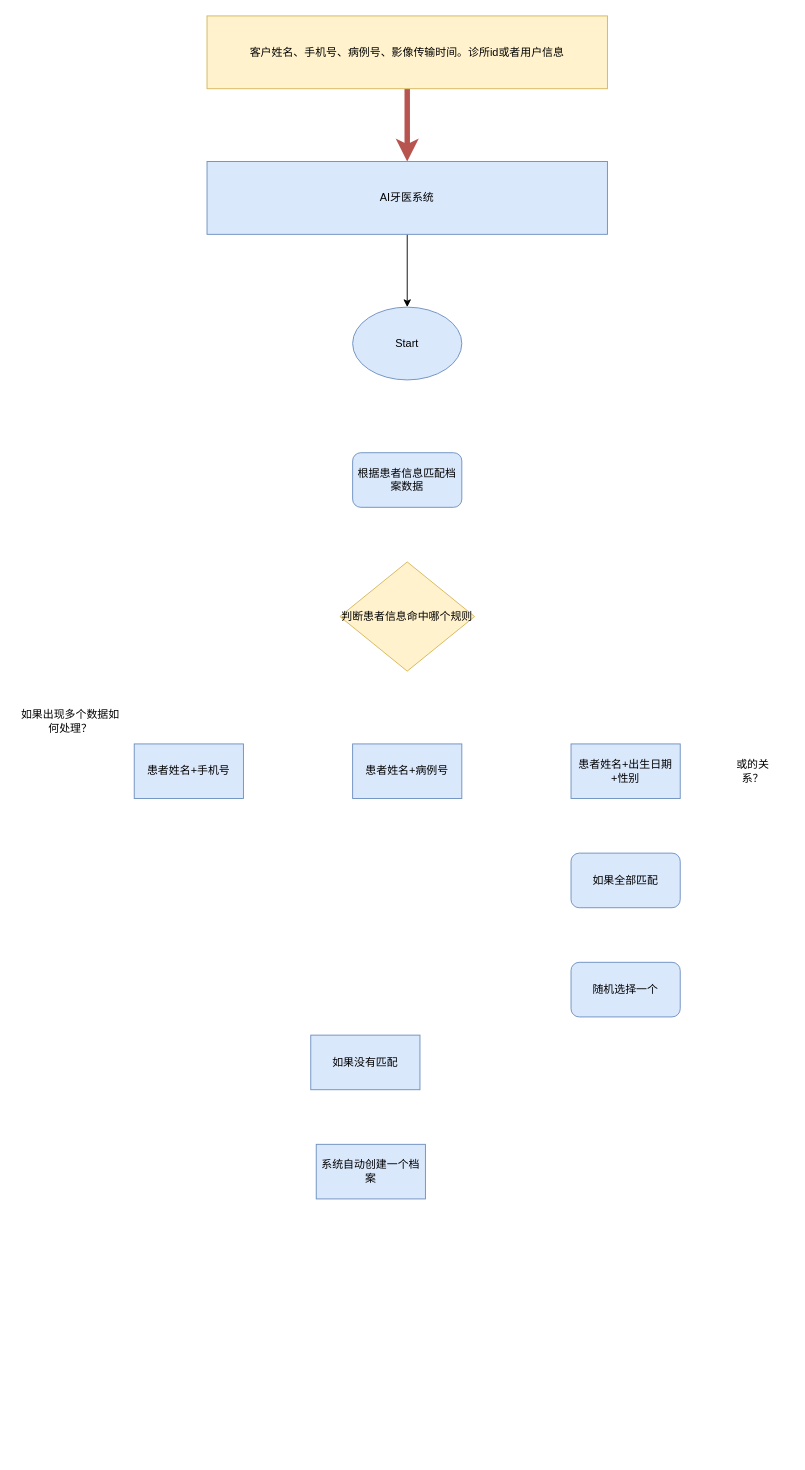
This is 自动传输系统对接.drawio from FocusZhouGD/drawprogram, a draw.io file, before an edit. Source tidied: cells renumbered, new cells numbered last; positions are measured from the earlier drawing's top-left corner, leaving out a move shared by most shapes. Both pictures are drawn from the tidied source at 91%, with x=0, y=0 at pixel (15, 15).
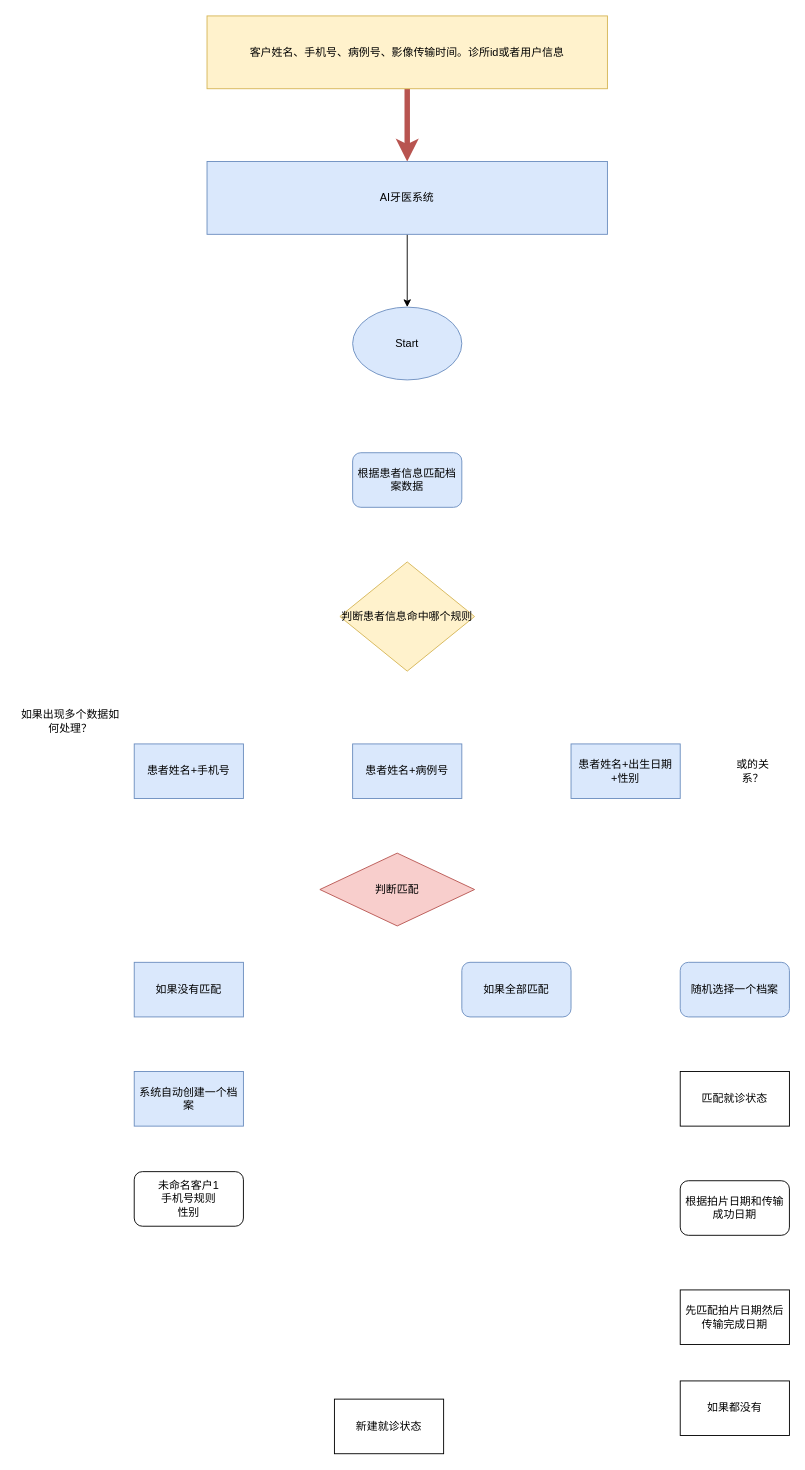
The same diagram, later.

Commit message (it also covers changes not shown here):
更新自动传输系统对接.drawio

Diff of the diagram source:
```diff
@@
     <mxCell id="14" value="如果全部匹配" style="rounded=1;whiteSpace=wrap;html=1;fillColor=#dae8fc;strokeColor=#6c8ebf;" parent="1" vertex="1">
-      <mxGeometry x="610" y="920" width="120" height="60" as="geometry" />
+      <mxGeometry x="490" y="1040" width="120" height="60" as="geometry" />
     </mxCell>
-    <mxCell id="15" value="随机选择一个" style="rounded=1;whiteSpace=wrap;html=1;fillColor=#dae8fc;strokeColor=#6c8ebf;" parent="1" vertex="1">
-      <mxGeometry x="610" y="1040" width="120" height="60" as="geometry" />
+    <mxCell id="15" value="随机选择一个档案" style="rounded=1;whiteSpace=wrap;html=1;fillColor=#dae8fc;strokeColor=#6c8ebf;" parent="1" vertex="1">
+      <mxGeometry x="730" y="1040" width="120" height="60" as="geometry" />
     </mxCell>
     <mxCell id="16" value="如果没有匹配" style="rounded=0;whiteSpace=wrap;html=1;fillColor=#dae8fc;strokeColor=#6c8ebf;" parent="1" vertex="1">
-      <mxGeometry x="324" y="1120" width="120" height="60" as="geometry" />
+      <mxGeometry x="130" y="1040" width="120" height="60" as="geometry" />
     </mxCell>
     <mxCell id="17" value="系统自动创建一个档案" style="rounded=0;whiteSpace=wrap;html=1;fillColor=#dae8fc;strokeColor=#6c8ebf;" parent="1" vertex="1">
-      <mxGeometry x="330" y="1240" width="120" height="60" as="geometry" />
+      <mxGeometry x="130" y="1160" width="120" height="60" as="geometry" />
     </mxCell>
+    <mxCell id="18" value="未命名客户1&lt;br&gt;手机号规则&lt;br&gt;性别" style="rounded=1;whiteSpace=wrap;html=1;" parent="1" vertex="1">
+      <mxGeometry x="130" y="1270" width="120" height="60" as="geometry" />
+    </mxCell>
+    <mxCell id="19" value="新建就诊状态" style="rounded=0;whiteSpace=wrap;html=1;" parent="1" vertex="1">
+      <mxGeometry x="350" y="1520" width="120" height="60" as="geometry" />
+    </mxCell>
+    <mxCell id="20" value="判断匹配" style="rhombus;whiteSpace=wrap;html=1;fillColor=#f8cecc;strokeColor=#b85450;" parent="1" vertex="1">
+      <mxGeometry x="334" y="920" width="170" height="80" as="geometry" />
+    </mxCell>
+    <mxCell id="21" value="匹配就诊状态" style="rounded=0;whiteSpace=wrap;html=1;" parent="1" vertex="1">
+      <mxGeometry x="730" y="1160" width="120" height="60" as="geometry" />
+    </mxCell>
+    <mxCell id="22" value="根据拍片日期和传输成功日期" style="rounded=1;whiteSpace=wrap;html=1;" parent="1" vertex="1">
+      <mxGeometry x="730" y="1280" width="120" height="60" as="geometry" />
+    </mxCell>
+    <mxCell id="23" value="先匹配拍片日期然后传输完成日期" style="rounded=0;whiteSpace=wrap;html=1;" parent="1" vertex="1">
+      <mxGeometry x="730" y="1400" width="120" height="60" as="geometry" />
+    </mxCell>
+    <mxCell id="24" value="如果都没有" style="rounded=0;whiteSpace=wrap;html=1;" parent="1" vertex="1">
+      <mxGeometry x="730" y="1500" width="120" height="60" as="geometry" />
+    </mxCell>
```
